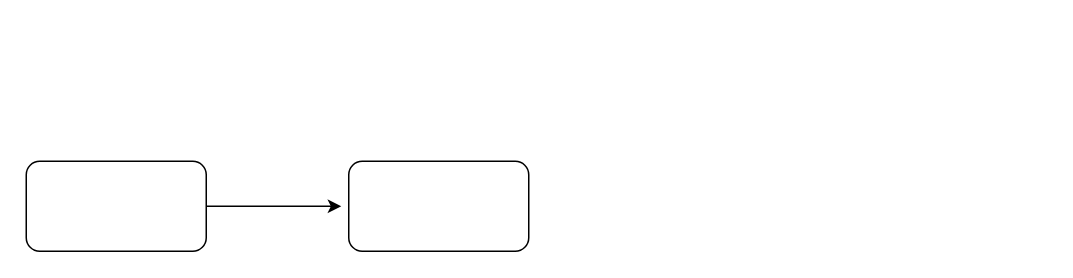
The draw.io diagram GAN_Architecture.dio in fredericosantos/nova_ims_DL, before the edit. Source tidied: cells renumbered, new cells numbered last; positions are measured from the earlier drawing's top-left corner, leaving out a move shared by most shapes. Both pictures are drawn from the tidied source at 150%, with x=0, y=0 at pixel (26, 160).
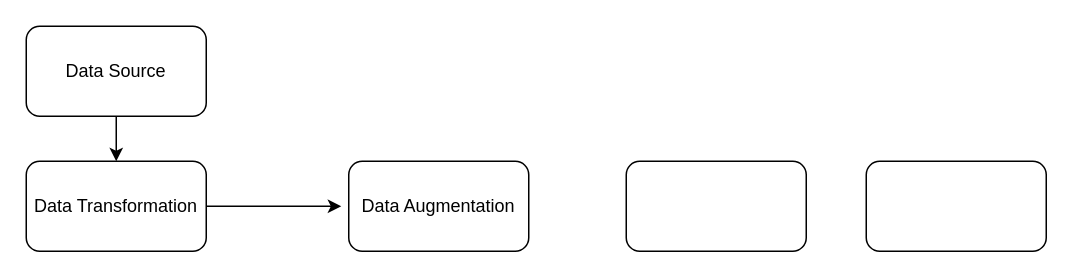
The same page after the edit.

What changed in the source:
```diff
@@
 <mxGraphModel background="#ffffff">
   <root>
     <mxCell id="0" />
     <mxCell id="1" parent="0" />
-    <mxCell id="2" style="rounded=1;whiteSpace=wrap;html=1;" parent="1" vertex="1">
+    <mxCell id="2" value="Data Transformation" style="rounded=1;whiteSpace=wrap;html=1;" parent="1" vertex="1">
       <mxGeometry width="120" height="60" as="geometry" />
     </mxCell>
-    <mxCell id="3" style="rounded=1;whiteSpace=wrap;html=1;" parent="1" vertex="1">
+    <mxCell id="3" value="Data Augmentation" style="rounded=1;whiteSpace=wrap;html=1;" parent="1" vertex="1">
       <mxGeometry x="215" width="120" height="60" as="geometry" />
     </mxCell>
     <mxCell id="4" style="endArrow=classic;html=1;exitX=1;exitY=0.5;" parent="1" edge="1" source="2">
       <mxGeometry relative="1" as="geometry">
         <mxPoint x="210" y="30" as="targetPoint" />
       </mxGeometry>
     </mxCell>
+    <mxCell id="5" value="Data Source" style="rounded=1;whiteSpace=wrap;html=1;" parent="1" vertex="1">
+      <mxGeometry y="-90" width="120" height="60" as="geometry" />
+    </mxCell>
+    <mxCell id="6" style="endArrow=classic;html=1;entryX=0.5;entryY=0;exitX=0.5;exitY=1;" parent="1" edge="1" source="5" target="2">
+      <mxGeometry relative="1" as="geometry" />
+    </mxCell>
+    <mxCell id="7" style="rounded=1;whiteSpace=wrap;html=1;" parent="1" vertex="1">
+      <mxGeometry x="400" width="120" height="60" as="geometry" />
+    </mxCell>
+    <mxCell id="8" style="rounded=1;whiteSpace=wrap;html=1;" parent="1" vertex="1">
+      <mxGeometry x="560" width="120" height="60" as="geometry" />
+    </mxCell>
   </root>
 </mxGraphModel>
```
